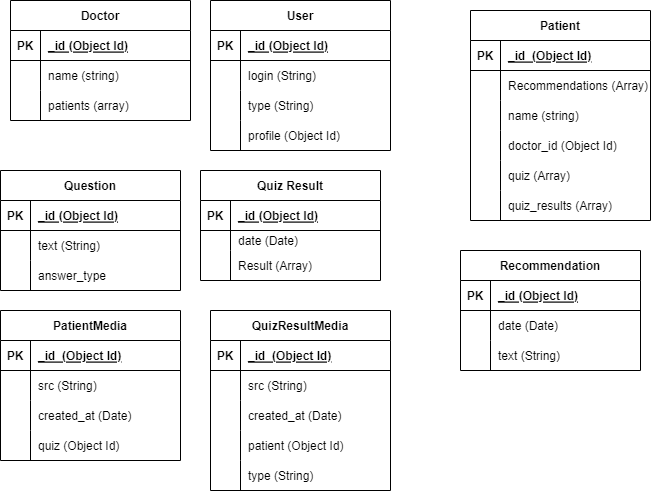
This is backend/db_scheme.drawio_new.png from moevm/nosql2h22-monitoring, a draw.io export, as it was before one commit. Source tidied: cells renumbered, new cells last; positions are measured from the earlier drawing's top-left corner, leaving out a move shared by most shapes.
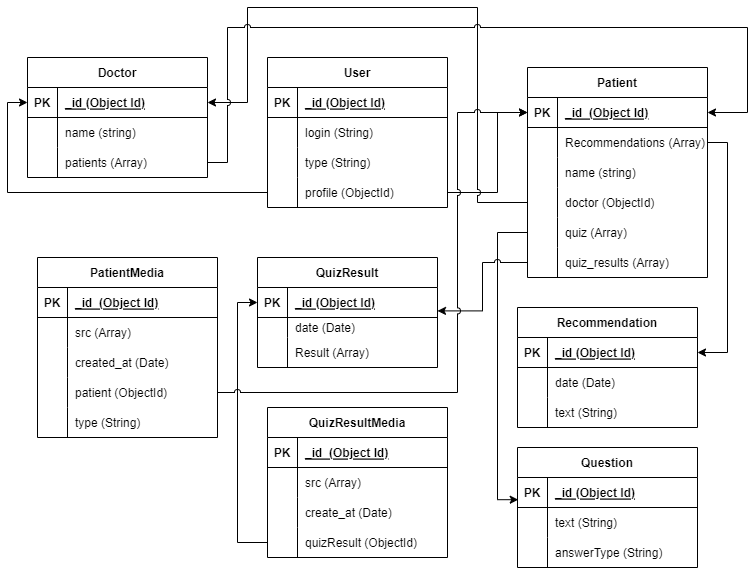
After the commit.

The edit, as a diff of the source:
```diff
@@ -3,7 +3,7 @@
     <mxCell id="0" />
     <mxCell id="1" parent="0" />
     <mxCell id="2" value="Doctor" style="shape=table;startSize=30;rowLines=0;fontStyle=1;align=center;" parent="1" vertex="1">
-      <mxGeometry x="10" width="180" height="120" as="geometry" />
+      <mxGeometry x="-30" width="180" height="120" as="geometry" />
     </mxCell>
     <mxCell id="3" style="shape=tableRow;horizontal=0;startSize=0;swimlaneHead=0;swimlaneBody=0;fillColor=none;points=[[0,0.5],[1,0.5]];portConstraint=eastwest;top=0;left=0;right=0;bottom=1;" parent="2" vertex="1">
       <mxGeometry y="30" width="180" height="30" as="geometry" />
@@ -29,11 +29,11 @@
     <mxCell id="10" style="shape=partialRectangle;fillColor=none;top=0;left=0;bottom=0;right=0;overflow=hidden;" parent="9" vertex="1">
       <mxGeometry width="30" height="30" as="geometry" />
     </mxCell>
-    <mxCell id="11" value="patients (array)" style="shape=partialRectangle;fillColor=none;top=0;left=0;bottom=0;right=0;align=left;spacingLeft=6;overflow=hidden;" parent="9" vertex="1">
+    <mxCell id="11" value="patients (Array)" style="shape=partialRectangle;fillColor=none;top=0;left=0;bottom=0;right=0;align=left;spacingLeft=6;overflow=hidden;" parent="9" vertex="1">
       <mxGeometry x="30" width="150" height="30" as="geometry" />
     </mxCell>
-    <mxCell id="12" value="Quiz Result" style="shape=table;startSize=30;rowLines=0;fontStyle=1;align=center;" parent="1" vertex="1">
-      <mxGeometry x="200" y="170" width="180" height="110" as="geometry" />
+    <mxCell id="12" value="QuizResult" style="shape=table;startSize=30;rowLines=0;fontStyle=1;align=center;" parent="1" vertex="1">
+      <mxGeometry x="200" y="200" width="180" height="110" as="geometry" />
     </mxCell>
     <mxCell id="13" style="shape=tableRow;horizontal=0;startSize=0;swimlaneHead=0;swimlaneBody=0;fillColor=none;points=[[0,0.5],[1,0.5]];portConstraint=eastwest;top=0;left=0;right=0;bottom=1;" parent="12" vertex="1">
       <mxGeometry y="30" width="180" height="30" as="geometry" />
@@ -98,7 +98,7 @@
     <mxCell id="33" style="shape=partialRectangle;fillColor=none;top=0;left=0;bottom=0;right=0;overflow=hidden;" parent="32" vertex="1">
       <mxGeometry width="30" height="30" as="geometry" />
     </mxCell>
-    <mxCell id="34" value="doctor_id (Object Id)" style="shape=partialRectangle;fillColor=none;top=0;left=0;bottom=0;right=0;align=left;spacingLeft=6;overflow=hidden;" parent="32" vertex="1">
+    <mxCell id="34" value="doctor (ObjectId)" style="shape=partialRectangle;fillColor=none;top=0;left=0;bottom=0;right=0;align=left;spacingLeft=6;overflow=hidden;" parent="32" vertex="1">
       <mxGeometry x="30" width="150" height="30" as="geometry" />
     </mxCell>
     <mxCell id="35" style="shape=tableRow;horizontal=0;startSize=0;swimlaneHead=0;swimlaneBody=0;fillColor=none;points=[[0,0.5],[1,0.5]];portConstraint=eastwest;top=0;left=0;right=0;bottom=0;" parent="22" vertex="1">
@@ -150,7 +150,7 @@
       <mxGeometry x="30" width="150" height="30" as="geometry" />
     </mxCell>
     <mxCell id="51" value="Question" style="shape=table;startSize=30;rowLines=0;fontStyle=1;align=center;" parent="1" vertex="1">
-      <mxGeometry y="170" width="180" height="120" as="geometry" />
+      <mxGeometry x="460" y="390" width="180" height="120" as="geometry" />
     </mxCell>
     <mxCell id="52" style="shape=tableRow;horizontal=0;startSize=0;swimlaneHead=0;swimlaneBody=0;fillColor=none;points=[[0,0.5],[1,0.5]];portConstraint=eastwest;top=0;left=0;right=0;bottom=1;" parent="51" vertex="1">
       <mxGeometry y="30" width="180" height="30" as="geometry" />
@@ -176,7 +176,7 @@
     <mxCell id="59" style="shape=partialRectangle;fillColor=none;top=0;left=0;bottom=0;right=0;overflow=hidden;" parent="58" vertex="1">
       <mxGeometry width="30" height="30" as="geometry" />
     </mxCell>
-    <mxCell id="60" value="answer_type" style="shape=partialRectangle;fillColor=none;top=0;left=0;bottom=0;right=0;align=left;spacingLeft=6;overflow=hidden;" parent="58" vertex="1">
+    <mxCell id="60" value="answerType (String)" style="shape=partialRectangle;fillColor=none;top=0;left=0;bottom=0;right=0;align=left;spacingLeft=6;overflow=hidden;" parent="58" vertex="1">
       <mxGeometry x="30" width="150" height="30" as="geometry" />
     </mxCell>
     <mxCell id="61" value="User" style="shape=table;startSize=30;rowLines=0;fontStyle=1;align=center;" parent="1" vertex="1">
@@ -215,11 +215,11 @@
     <mxCell id="72" style="shape=partialRectangle;fillColor=none;top=0;left=0;bottom=0;right=0;overflow=hidden;" parent="71" vertex="1">
       <mxGeometry width="30" height="30" as="geometry" />
     </mxCell>
-    <mxCell id="73" value="profile (Object Id)" style="shape=partialRectangle;fillColor=none;top=0;left=0;bottom=0;right=0;align=left;spacingLeft=6;overflow=hidden;" parent="71" vertex="1">
+    <mxCell id="73" value="profile (ObjectId)" style="shape=partialRectangle;fillColor=none;top=0;left=0;bottom=0;right=0;align=left;spacingLeft=6;overflow=hidden;" parent="71" vertex="1">
       <mxGeometry x="30" width="150" height="30" as="geometry" />
     </mxCell>
     <mxCell id="74" value="PatientMedia" style="shape=table;startSize=30;rowLines=0;fontStyle=1;align=center;" parent="1" vertex="1">
-      <mxGeometry y="310" width="180" height="150" as="geometry" />
+      <mxGeometry x="-20" y="200" width="180" height="180" as="geometry" />
     </mxCell>
     <mxCell id="75" style="shape=tableRow;horizontal=0;startSize=0;swimlaneHead=0;swimlaneBody=0;fillColor=none;top=0;left=0;right=0;bottom=1;" parent="74" vertex="1">
       <mxGeometry y="30" width="180" height="30" as="geometry" />
@@ -236,7 +236,7 @@
     <mxCell id="79" style="shape=partialRectangle;fillColor=none;top=0;left=0;bottom=0;right=0;overflow=hidden;" parent="78" vertex="1">
       <mxGeometry width="30" height="30" as="geometry" />
     </mxCell>
-    <mxCell id="80" value="src (String)" style="shape=partialRectangle;fillColor=none;top=0;left=0;bottom=0;right=0;align=left;spacingLeft=6;overflow=hidden;" parent="78" vertex="1">
+    <mxCell id="80" value="src (Array)" style="shape=partialRectangle;fillColor=none;top=0;left=0;bottom=0;right=0;align=left;spacingLeft=6;overflow=hidden;" parent="78" vertex="1">
       <mxGeometry x="30" width="150" height="30" as="geometry" />
     </mxCell>
     <mxCell id="81" style="shape=tableRow;horizontal=0;startSize=0;swimlaneHead=0;swimlaneBody=0;fillColor=none;top=0;left=0;right=0;bottom=0;" parent="74" vertex="1">
@@ -254,11 +254,20 @@
     <mxCell id="85" style="shape=partialRectangle;fillColor=none;top=0;left=0;bottom=0;right=0;overflow=hidden;" parent="84" vertex="1">
       <mxGeometry width="30" height="30" as="geometry" />
     </mxCell>
-    <mxCell id="86" value="quiz (Object Id)" style="shape=partialRectangle;fillColor=none;top=0;left=0;bottom=0;right=0;align=left;spacingLeft=6;overflow=hidden;" parent="84" vertex="1">
+    <mxCell id="86" value="patient (ObjectId)" style="shape=partialRectangle;fillColor=none;top=0;left=0;bottom=0;right=0;align=left;spacingLeft=6;overflow=hidden;" parent="84" vertex="1">
       <mxGeometry x="30" width="150" height="30" as="geometry" />
     </mxCell>
+    <mxCell id="100" style="shape=tableRow;horizontal=0;startSize=0;swimlaneHead=0;swimlaneBody=0;fillColor=none;top=0;left=0;right=0;bottom=0;" parent="74" vertex="1">
+      <mxGeometry y="150" width="180" height="30" as="geometry" />
+    </mxCell>
+    <mxCell id="101" style="shape=partialRectangle;fillColor=none;top=0;left=0;bottom=0;right=0;overflow=hidden;" parent="100" vertex="1">
+      <mxGeometry width="30" height="30" as="geometry" />
+    </mxCell>
+    <mxCell id="102" value="type (String)" style="shape=partialRectangle;fillColor=none;top=0;left=0;bottom=0;right=0;align=left;spacingLeft=6;overflow=hidden;" parent="100" vertex="1">
+      <mxGeometry x="30" width="150" height="30" as="geometry" />
+    </mxCell>
     <mxCell id="87" value="QuizResultMedia" style="shape=table;startSize=30;rowLines=0;fontStyle=1;align=center;" parent="1" vertex="1">
-      <mxGeometry x="210" y="310" width="180" height="180" as="geometry" />
+      <mxGeometry x="210" y="350" width="180" height="150" as="geometry" />
     </mxCell>
     <mxCell id="88" style="shape=tableRow;horizontal=0;startSize=0;swimlaneHead=0;swimlaneBody=0;fillColor=none;top=0;left=0;right=0;bottom=1;" parent="87" vertex="1">
       <mxGeometry y="30" width="180" height="30" as="geometry" />
@@ -275,7 +284,7 @@
     <mxCell id="92" style="shape=partialRectangle;fillColor=none;top=0;left=0;bottom=0;right=0;overflow=hidden;" parent="91" vertex="1">
       <mxGeometry width="30" height="30" as="geometry" />
     </mxCell>
-    <mxCell id="93" value="src (String)" style="shape=partialRectangle;fillColor=none;top=0;left=0;bottom=0;right=0;align=left;spacingLeft=6;overflow=hidden;" parent="91" vertex="1">
+    <mxCell id="93" value="src (Array)" style="shape=partialRectangle;fillColor=none;top=0;left=0;bottom=0;right=0;align=left;spacingLeft=6;overflow=hidden;" parent="91" vertex="1">
       <mxGeometry x="30" width="150" height="30" as="geometry" />
     </mxCell>
     <mxCell id="94" style="shape=tableRow;horizontal=0;startSize=0;swimlaneHead=0;swimlaneBody=0;fillColor=none;top=0;left=0;right=0;bottom=0;" parent="87" vertex="1">
@@ -284,7 +293,7 @@
     <mxCell id="95" style="shape=partialRectangle;fillColor=none;top=0;left=0;bottom=0;right=0;overflow=hidden;" parent="94" vertex="1">
       <mxGeometry width="30" height="30" as="geometry" />
     </mxCell>
-    <mxCell id="96" value="created_at (Date)" style="shape=partialRectangle;fillColor=none;top=0;left=0;bottom=0;right=0;align=left;spacingLeft=6;overflow=hidden;" parent="94" vertex="1">
+    <mxCell id="96" value="create_at (Date)" style="shape=partialRectangle;fillColor=none;top=0;left=0;bottom=0;right=0;align=left;spacingLeft=6;overflow=hidden;" parent="94" vertex="1">
       <mxGeometry x="30" width="150" height="30" as="geometry" />
     </mxCell>
     <mxCell id="97" style="shape=tableRow;horizontal=0;startSize=0;swimlaneHead=0;swimlaneBody=0;fillColor=none;points=[[0,0.5],[1,0.5]];portConstraint=eastwest;top=0;left=0;right=0;bottom=0;" parent="87" vertex="1">
@@ -293,17 +302,59 @@
     <mxCell id="98" style="shape=partialRectangle;fillColor=none;top=0;left=0;bottom=0;right=0;overflow=hidden;" parent="97" vertex="1">
       <mxGeometry width="30" height="30" as="geometry" />
     </mxCell>
-    <mxCell id="99" value="patient (Object Id)" style="shape=partialRectangle;fillColor=none;top=0;left=0;bottom=0;right=0;align=left;spacingLeft=6;overflow=hidden;" parent="97" vertex="1">
+    <mxCell id="99" value="quizResult (ObjectId)" style="shape=partialRectangle;fillColor=none;top=0;left=0;bottom=0;right=0;align=left;spacingLeft=6;overflow=hidden;" parent="97" vertex="1">
       <mxGeometry x="30" width="150" height="30" as="geometry" />
     </mxCell>
-    <mxCell id="100" style="shape=tableRow;horizontal=0;startSize=0;swimlaneHead=0;swimlaneBody=0;fillColor=none;top=0;left=0;right=0;bottom=0;" parent="87" vertex="1">
-      <mxGeometry y="150" width="180" height="30" as="geometry" />
-    </mxCell>
-    <mxCell id="101" style="shape=partialRectangle;fillColor=none;top=0;left=0;bottom=0;right=0;overflow=hidden;" parent="100" vertex="1">
-      <mxGeometry width="30" height="30" as="geometry" />
-    </mxCell>
-    <mxCell id="102" value="type (String)" style="shape=partialRectangle;fillColor=none;top=0;left=0;bottom=0;right=0;align=left;spacingLeft=6;overflow=hidden;" parent="100" vertex="1">
-      <mxGeometry x="30" width="150" height="30" as="geometry" />
-    </mxCell>
+    <mxCell id="103" style="edgeStyle=orthogonalEdgeStyle;rounded=0;jettySize=auto;html=1;exitX=0;exitY=0.5;exitDx=0;exitDy=0;entryX=0;entryY=0.5;entryDx=0;entryDy=0;" parent="1" edge="1" source="71" target="3">
+      <mxGeometry relative="1" as="geometry" />
+    </mxCell>
+    <mxCell id="104" style="edgeStyle=orthogonalEdgeStyle;rounded=0;jettySize=auto;html=1;entryX=0;entryY=0.5;entryDx=0;entryDy=0;jumpStyle=arc;" parent="1" edge="1" source="71" target="23">
+      <mxGeometry relative="1" as="geometry">
+        <Array as="points">
+          <mxPoint x="440" y="135" />
+          <mxPoint x="440" y="55" />
+        </Array>
+      </mxGeometry>
+    </mxCell>
+    <mxCell id="105" style="edgeStyle=orthogonalEdgeStyle;rounded=0;jettySize=auto;html=1;exitX=1;exitY=0.5;exitDx=0;exitDy=0;entryX=1;entryY=0.5;entryDx=0;entryDy=0;" parent="1" edge="1" source="26" target="42">
+      <mxGeometry relative="1" as="geometry" />
+    </mxCell>
+    <mxCell id="106" style="edgeStyle=orthogonalEdgeStyle;rounded=0;jettySize=auto;html=1;entryX=1;entryY=0.5;entryDx=0;entryDy=0;jumpStyle=arc;" parent="1" edge="1" source="32" target="3">
+      <mxGeometry relative="1" as="geometry">
+        <Array as="points">
+          <mxPoint x="420" y="145" />
+          <mxPoint x="420" y="-50" />
+          <mxPoint x="190" y="-50" />
+          <mxPoint x="190" y="45" />
+        </Array>
+      </mxGeometry>
+    </mxCell>
+    <mxCell id="107" style="edgeStyle=orthogonalEdgeStyle;rounded=0;jumpStyle=arc;jettySize=auto;html=1;entryX=0.004;entryY=0.74;entryDx=0;entryDy=0;entryPerimeter=0;" parent="1" edge="1" source="35" target="52">
+      <mxGeometry relative="1" as="geometry" />
+    </mxCell>
+    <mxCell id="108" style="edgeStyle=orthogonalEdgeStyle;rounded=0;jumpStyle=arc;jettySize=auto;html=1;entryX=1;entryY=0.78;entryDx=0;entryDy=0;entryPerimeter=0;" parent="1" edge="1" source="38" target="13">
+      <mxGeometry relative="1" as="geometry" />
+    </mxCell>
+    <mxCell id="109" style="edgeStyle=orthogonalEdgeStyle;rounded=0;jumpStyle=arc;jettySize=auto;html=1;exitX=0;exitY=0.5;exitDx=0;exitDy=0;entryX=0;entryY=0.5;entryDx=0;entryDy=0;" parent="1" edge="1" source="97" target="13">
+      <mxGeometry relative="1" as="geometry" />
+    </mxCell>
+    <mxCell id="110" style="edgeStyle=orthogonalEdgeStyle;rounded=0;jumpStyle=arc;jettySize=auto;html=1;entryX=0;entryY=0.5;entryDx=0;entryDy=0;" parent="1" edge="1" source="84" target="23">
+      <mxGeometry relative="1" as="geometry">
+        <Array as="points">
+          <mxPoint x="400" y="335" />
+          <mxPoint x="400" y="55" />
+        </Array>
+      </mxGeometry>
+    </mxCell>
+    <mxCell id="111" style="edgeStyle=orthogonalEdgeStyle;rounded=0;jumpStyle=arc;jettySize=auto;html=1;entryX=1;entryY=0.5;entryDx=0;entryDy=0;exitX=1;exitY=0.5;exitDx=0;exitDy=0;" parent="1" edge="1" source="9" target="23">
+      <mxGeometry relative="1" as="geometry">
+        <Array as="points">
+          <mxPoint x="170" y="105" />
+          <mxPoint x="170" y="-30" />
+          <mxPoint x="690" y="-30" />
+          <mxPoint x="690" y="55" />
+        </Array>
+      </mxGeometry>
+    </mxCell>
   </root>
 </mxGraphModel>
```
